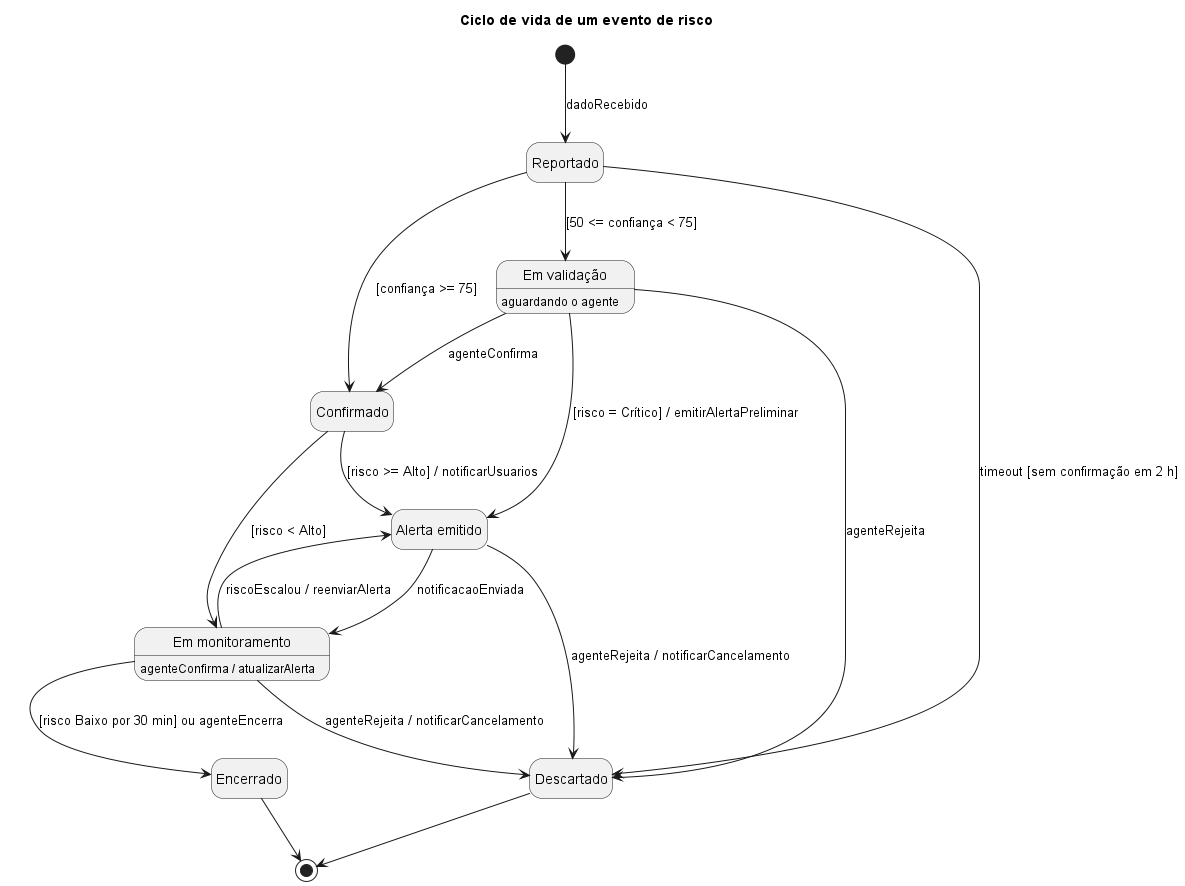
The PlantUML diagram docs/diagramas/estados.png in IsaacEmerick/urban-risk-platform, before a commit. Its diagram source:
```plantuml
@startuml estados
title Ciclo de vida de um evento de risco
hide empty description
state Reportado
state "Em validação" as EmValidacao
state Confirmado
state "Alerta emitido" as AlertaEmitido
state "Em monitoramento" as EmMonitoramento
state Encerrado
state Descartado

EmValidacao : aguardando o agente
EmMonitoramento : agenteConfirma / atualizarAlerta

[*] --> Reportado : dadoRecebido
Reportado --> Confirmado : [confiança >= 75]
Reportado --> EmValidacao : [50 <= confiança < 75]
Reportado --> Descartado : timeout [sem confirmação em 2 h]
EmValidacao --> Confirmado : agenteConfirma
EmValidacao --> AlertaEmitido : [risco = Crítico] / emitirAlertaPreliminar
EmValidacao --> Descartado : agenteRejeita
Confirmado --> AlertaEmitido : [risco >= Alto] / notificarUsuarios
Confirmado --> EmMonitoramento : [risco < Alto]
AlertaEmitido --> EmMonitoramento : notificacaoEnviada
AlertaEmitido --> Descartado : agenteRejeita / notificarCancelamento
EmMonitoramento --> AlertaEmitido : riscoEscalou / reenviarAlerta
EmMonitoramento --> Descartado : agenteRejeita / notificarCancelamento
EmMonitoramento --> Encerrado : [risco Baixo por 30 min] ou agenteEncerra
Encerrado --> [*]
Descartado --> [*]
@enduml
```
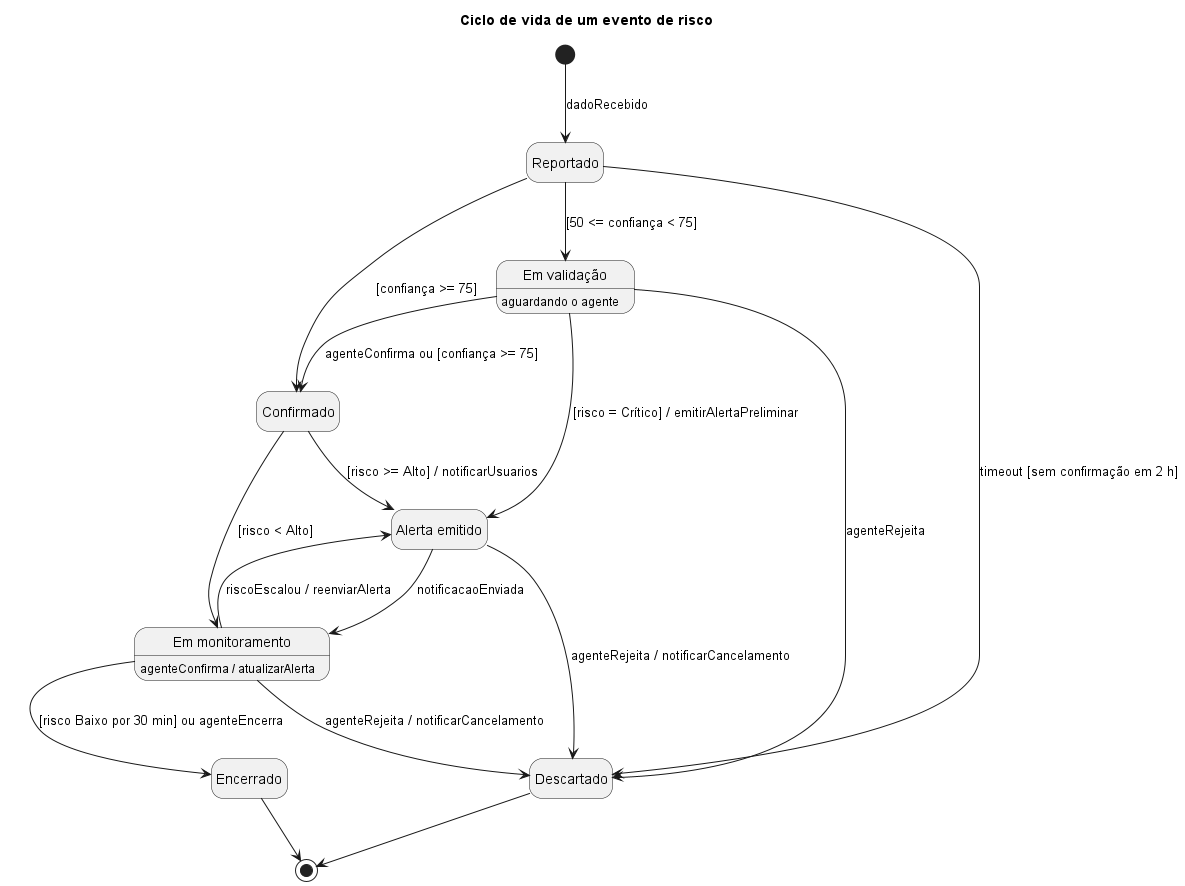
Above is the later version.

What changed in the source:
```diff
@@ -16,7 +16,7 @@
 Reportado --> Confirmado : [confiança >= 75]
 Reportado --> EmValidacao : [50 <= confiança < 75]
 Reportado --> Descartado : timeout [sem confirmação em 2 h]
-EmValidacao --> Confirmado : agenteConfirma
+EmValidacao --> Confirmado : agenteConfirma ou [confiança >= 75]
 EmValidacao --> AlertaEmitido : [risco = Crítico] / emitirAlertaPreliminar
 EmValidacao --> Descartado : agenteRejeita
 Confirmado --> AlertaEmitido : [risco >= Alto] / notificarUsuarios
```
